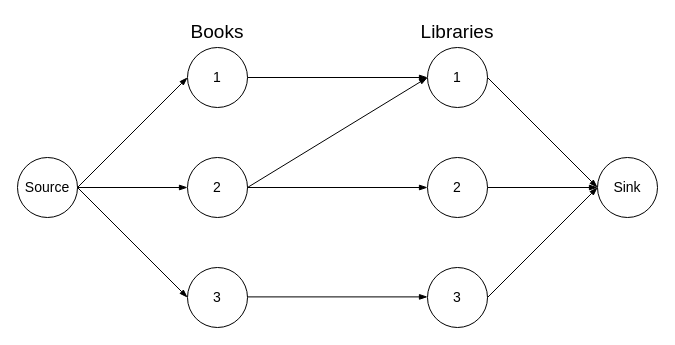
This is page "Page-2" (2 of 2) of src/assets/bs/bs2.drawio from pedromig/master-thesis, a draw.io file, before an edit. Source tidied: cells renumbered, new cells numbered last; positions are measured from the earlier drawing's top-left corner, leaving out a move shared by most shapes. Both pictures are drawn from the tidied source at 100%, with x=0, y=0 at pixel (17, 17).
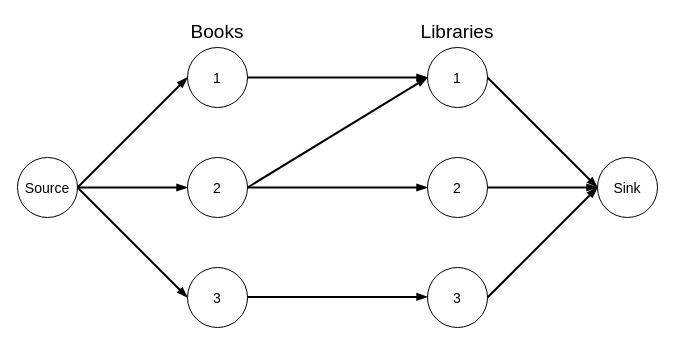
After the change.

Unchanged cells that the change refers to:
```xml
<mxCell id="2" style="ellipse;whiteSpace=wrap;html=1;" parent="1" vertex="1">
  <mxGeometry x="170" y="30" width="60" height="60" as="geometry" />
</mxCell>
<mxCell id="3" style="ellipse;whiteSpace=wrap;html=1;" parent="1" vertex="1">
  <mxGeometry x="170" y="140" width="60" height="60" as="geometry" />
</mxCell>
<mxCell id="4" style="ellipse;whiteSpace=wrap;html=1;" parent="1" vertex="1">
  <mxGeometry x="170" y="250" width="60" height="60" as="geometry" />
</mxCell>
<mxCell id="5" style="ellipse;whiteSpace=wrap;html=1;" parent="1" vertex="1">
  <mxGeometry x="410" y="30" width="60" height="60" as="geometry" />
</mxCell>
<mxCell id="6" style="ellipse;whiteSpace=wrap;html=1;" parent="1" vertex="1">
  <mxGeometry x="410" y="140" width="60" height="60" as="geometry" />
</mxCell>
<mxCell id="7" style="ellipse;whiteSpace=wrap;html=1;" parent="1" vertex="1">
  <mxGeometry x="410" y="250" width="60" height="60" as="geometry" />
</mxCell>
<mxCell id="8" style="ellipse;whiteSpace=wrap;html=1;" parent="1" vertex="1">
  <mxGeometry y="140" width="60" height="60" as="geometry" />
</mxCell>
<mxCell id="9" style="ellipse;whiteSpace=wrap;html=1;" parent="1" vertex="1">
  <mxGeometry x="580" y="140" width="60" height="60" as="geometry" />
</mxCell>
```

The edit, as a diff of the source:
```diff
@@
-    <mxCell id="10" style="endArrow=blockThin;html=1;rounded=0;exitX=1;exitY=0.5;exitDx=0;exitDy=0;entryX=0;entryY=0.5;entryDx=0;entryDy=0;endFill=1;" parent="1" edge="1" source="2" target="5">
+    <mxCell id="10" style="endArrow=blockThin;html=1;rounded=0;exitX=1;exitY=0.5;exitDx=0;exitDy=0;entryX=0;entryY=0.5;entryDx=0;entryDy=0;endFill=1;strokeWidth=2;" parent="1" edge="1" source="2" target="5">
       <mxGeometry relative="1" as="geometry" />
     </mxCell>
-    <mxCell id="11" style="endArrow=blockThin;html=1;rounded=0;exitX=1;exitY=0.5;exitDx=0;exitDy=0;endFill=1;" parent="1" edge="1" source="3">
+    <mxCell id="11" style="endArrow=blockThin;html=1;rounded=0;exitX=1;exitY=0.5;exitDx=0;exitDy=0;endFill=1;strokeWidth=2;" parent="1" edge="1" source="3">
       <mxGeometry relative="1" as="geometry">
         <mxPoint x="410" y="170" as="targetPoint" />
       </mxGeometry>
     </mxCell>
-    <mxCell id="12" style="endArrow=blockThin;html=1;rounded=0;exitX=1;exitY=0.5;exitDx=0;exitDy=0;endFill=1;" parent="1" edge="1">
+    <mxCell id="12" style="endArrow=blockThin;html=1;rounded=0;exitX=1;exitY=0.5;exitDx=0;exitDy=0;endFill=1;strokeWidth=2;" parent="1" edge="1">
       <mxGeometry relative="1" as="geometry">
         <mxPoint x="230" y="279.4" as="sourcePoint" />
         <mxPoint x="410" y="279.4" as="targetPoint" />
       </mxGeometry>
     </mxCell>
-    <mxCell id="13" style="endArrow=blockThin;html=1;rounded=0;exitX=1;exitY=0.5;exitDx=0;exitDy=0;entryX=0;entryY=0.5;entryDx=0;entryDy=0;endFill=1;" parent="1" edge="1" source="3" target="5">
+    <mxCell id="13" style="endArrow=blockThin;html=1;rounded=0;exitX=1;exitY=0.5;exitDx=0;exitDy=0;entryX=0;entryY=0.5;entryDx=0;entryDy=0;endFill=1;strokeWidth=2;" parent="1" edge="1" source="3" target="5">
       <mxGeometry relative="1" as="geometry" />
     </mxCell>
-    <mxCell id="14" style="endArrow=none;html=1;rounded=0;exitX=0;exitY=0.5;exitDx=0;exitDy=0;entryX=1;entryY=0.5;entryDx=0;entryDy=0;startArrow=blockThin;startFill=1;" parent="1" edge="1" source="9" target="5">
+    <mxCell id="14" style="endArrow=none;html=1;rounded=0;exitX=0;exitY=0.5;exitDx=0;exitDy=0;entryX=1;entryY=0.5;entryDx=0;entryDy=0;startArrow=blockThin;startFill=1;strokeWidth=2;" parent="1" edge="1" source="9" target="5">
       <mxGeometry relative="1" as="geometry" />
     </mxCell>
-    <mxCell id="15" style="endArrow=blockThin;html=1;rounded=0;entryX=0;entryY=0.5;entryDx=0;entryDy=0;exitX=1;exitY=0.5;exitDx=0;exitDy=0;endFill=1;" parent="1" edge="1" source="6" target="9">
+    <mxCell id="15" style="endArrow=blockThin;html=1;rounded=0;entryX=0;entryY=0.5;entryDx=0;entryDy=0;exitX=1;exitY=0.5;exitDx=0;exitDy=0;endFill=1;strokeWidth=2;" parent="1" edge="1" source="6" target="9">
       <mxGeometry relative="1" as="geometry" />
     </mxCell>
-    <mxCell id="16" style="endArrow=blockThin;html=1;rounded=0;entryX=0;entryY=0.5;entryDx=0;entryDy=0;exitX=1;exitY=0.5;exitDx=0;exitDy=0;endFill=1;" parent="1" edge="1" source="7" target="9">
+    <mxCell id="16" style="endArrow=blockThin;html=1;rounded=0;entryX=0;entryY=0.5;entryDx=0;entryDy=0;exitX=1;exitY=0.5;exitDx=0;exitDy=0;endFill=1;strokeWidth=2;" parent="1" edge="1" source="7" target="9">
       <mxGeometry relative="1" as="geometry" />
     </mxCell>
-    <mxCell id="17" style="endArrow=blockThin;html=1;rounded=0;entryX=0;entryY=0.5;entryDx=0;entryDy=0;exitX=1;exitY=0.5;exitDx=0;exitDy=0;endFill=1;" parent="1" edge="1" source="8" target="2">
+    <mxCell id="17" style="endArrow=blockThin;html=1;rounded=0;entryX=0;entryY=0.5;entryDx=0;entryDy=0;exitX=1;exitY=0.5;exitDx=0;exitDy=0;endFill=1;strokeWidth=2;" parent="1" edge="1" source="8" target="2">
       <mxGeometry relative="1" as="geometry" />
     </mxCell>
-    <mxCell id="18" style="endArrow=blockThin;html=1;rounded=0;entryX=0;entryY=0.5;entryDx=0;entryDy=0;exitX=1;exitY=0.5;exitDx=0;exitDy=0;endFill=1;" parent="1" edge="1" source="8" target="3">
+    <mxCell id="18" style="endArrow=blockThin;html=1;rounded=0;entryX=0;entryY=0.5;entryDx=0;entryDy=0;exitX=1;exitY=0.5;exitDx=0;exitDy=0;endFill=1;strokeWidth=2;" parent="1" edge="1" source="8" target="3">
       <mxGeometry relative="1" as="geometry" />
     </mxCell>
-    <mxCell id="19" style="endArrow=blockThin;html=1;rounded=0;entryX=0;entryY=0.5;entryDx=0;entryDy=0;exitX=1;exitY=0.5;exitDx=0;exitDy=0;endFill=1;" parent="1" edge="1" source="8" target="4">
+    <mxCell id="19" style="endArrow=blockThin;html=1;rounded=0;entryX=0;entryY=0.5;entryDx=0;entryDy=0;exitX=1;exitY=0.5;exitDx=0;exitDy=0;endFill=1;strokeWidth=2;" parent="1" edge="1" source="8" target="4">
       <mxGeometry relative="1" as="geometry" />
     </mxCell>
@@
     <mxCell id="22" value="&lt;font style=&quot;font-size: 14px;&quot; face=&quot;Linux Libertine&quot;&gt;1&lt;/font&gt;" style="text;html=1;strokeColor=none;fillColor=none;align=center;verticalAlign=middle;whiteSpace=wrap;rounded=0;" parent="1" vertex="1">
-      <mxGeometry x="170" y="45" width="60" height="30" as="geometry" />
+      <mxGeometry x="170" y="46" width="60" height="30" as="geometry" />
     </mxCell>
     <mxCell id="23" value="&lt;font style=&quot;font-size: 14px;&quot; face=&quot;Linux Libertine&quot;&gt;2&lt;/font&gt;" style="text;html=1;strokeColor=none;fillColor=none;align=center;verticalAlign=middle;whiteSpace=wrap;rounded=0;" parent="1" vertex="1">
-      <mxGeometry x="170" y="155" width="60" height="30" as="geometry" />
+      <mxGeometry x="170" y="156" width="60" height="30" as="geometry" />
     </mxCell>
     <mxCell id="24" value="&lt;font style=&quot;font-size: 14px;&quot; face=&quot;Linux Libertine&quot;&gt;3&lt;/font&gt;" style="text;html=1;strokeColor=none;fillColor=none;align=center;verticalAlign=middle;whiteSpace=wrap;rounded=0;" parent="1" vertex="1">
-      <mxGeometry x="170" y="265" width="60" height="30" as="geometry" />
+      <mxGeometry x="170" y="266" width="60" height="30" as="geometry" />
     </mxCell>
     <mxCell id="25" value="&lt;font style=&quot;font-size: 14px;&quot; face=&quot;Linux Libertine&quot;&gt;1&lt;/font&gt;" style="text;html=1;strokeColor=none;fillColor=none;align=center;verticalAlign=middle;whiteSpace=wrap;rounded=0;" parent="1" vertex="1">
-      <mxGeometry x="410" y="45" width="60" height="30" as="geometry" />
+      <mxGeometry x="410" y="46" width="60" height="30" as="geometry" />
     </mxCell>
     <mxCell id="26" value="&lt;font style=&quot;font-size: 14px;&quot; face=&quot;Linux Libertine&quot;&gt;2&lt;/font&gt;" style="text;html=1;strokeColor=none;fillColor=none;align=center;verticalAlign=middle;whiteSpace=wrap;rounded=0;" parent="1" vertex="1">
-      <mxGeometry x="410" y="155" width="60" height="30" as="geometry" />
+      <mxGeometry x="410" y="156" width="60" height="30" as="geometry" />
     </mxCell>
     <mxCell id="27" value="&lt;font style=&quot;font-size: 14px;&quot; face=&quot;Linux Libertine&quot;&gt;3&lt;/font&gt;" style="text;html=1;strokeColor=none;fillColor=none;align=center;verticalAlign=middle;whiteSpace=wrap;rounded=0;" parent="1" vertex="1">
-      <mxGeometry x="410" y="265" width="60" height="30" as="geometry" />
+      <mxGeometry x="410" y="266" width="60" height="30" as="geometry" />
     </mxCell>
     <mxCell id="28" value="&lt;font style=&quot;font-size: 14px;&quot; face=&quot;Linux Libertine&quot;&gt;Source&lt;/font&gt;" style="text;html=1;strokeColor=none;fillColor=none;align=center;verticalAlign=middle;whiteSpace=wrap;rounded=0;" parent="1" vertex="1">
-      <mxGeometry y="155" width="60" height="30" as="geometry" />
+      <mxGeometry y="156" width="60" height="30" as="geometry" />
     </mxCell>
     <mxCell id="29" value="&lt;font style=&quot;font-size: 14px;&quot; face=&quot;Linux Libertine&quot;&gt;Sink&lt;/font&gt;" style="text;html=1;strokeColor=none;fillColor=none;align=center;verticalAlign=middle;whiteSpace=wrap;rounded=0;" parent="1" vertex="1">
-      <mxGeometry x="580" y="155" width="60" height="30" as="geometry" />
+      <mxGeometry x="580" y="156" width="60" height="30" as="geometry" />
     </mxCell>
```
